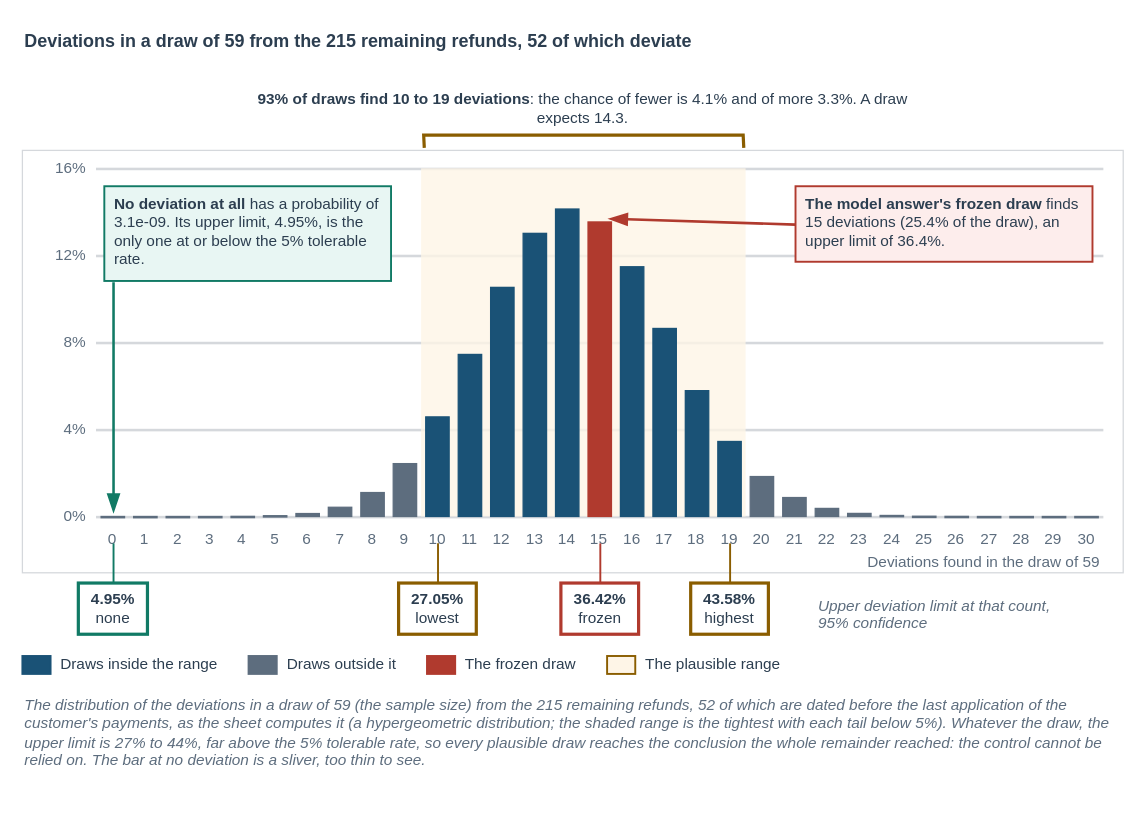
Above: facts/instructor/figures/chapter-19-customer-credits-audit/IF-19-6-B.drawio in mmcodesso/Accounting_Analytics_Book (draw.io), before the change. Source tidied: cells renumbered, new cells numbered last; positions are measured from the earlier drawing's top-left corner, leaving out a move shared by most shapes. Both pictures are drawn from the tidied source at 128%, with x=0, y=0 at pixel (22, 22).
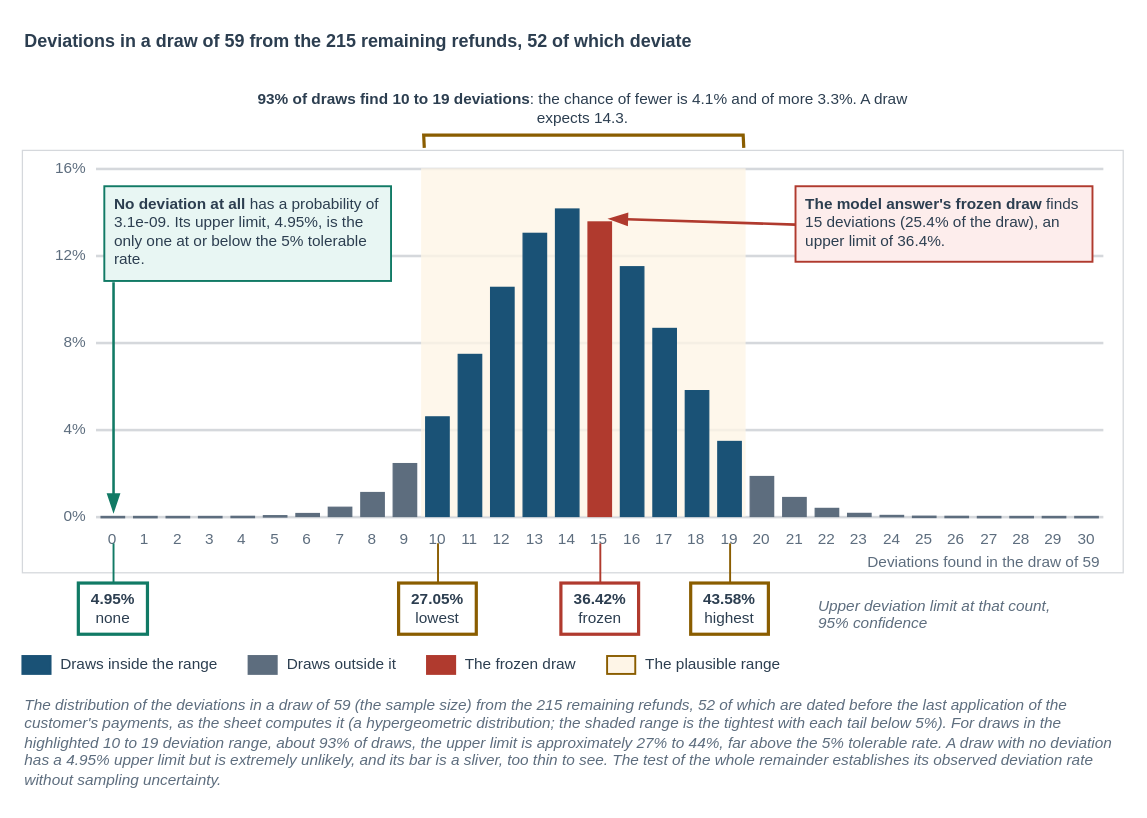
The same diagram, later.

What changed in the source:
```diff
@@
     <mxCell id="2" style="rounded=0;html=1;fillColor=none;strokeColor=none;" parent="1" vertex="1">
-      <mxGeometry width="860" height="590" as="geometry" />
+      <mxGeometry width="860" height="605" as="geometry" />
     </mxCell>
@@
-    <mxCell id="116" value="&lt;i&gt;The distribution of the deviations in a draw of 59 (the sample size) from the 215 remaining refunds, 52 of which are dated before the last application of the customer's payments, as the sheet computes it (a hypergeometric distribution; the shaded range is the tightest with each tail below 5%). Whatever the draw, the upper limit is 27% to 44%, far above the 5% tolerable rate, so every plausible draw reaches the conclusion the whole remainder reached: the control cannot be relied on. The bar at no deviation is a sliver, too thin to see.&lt;/i&gt;" style="text;html=1;whiteSpace=wrap;align=left;verticalAlign=top;fontSize=12;fontColor=#5D6D7E;fontStyle=0;fontFamily=Helvetica;spacing=2;fillColor=none;strokeColor=none;" parent="1" vertex="1">
-      <mxGeometry y="520" width="860" height="68" as="geometry" />
+    <mxCell id="116" value="&lt;i&gt;The distribution of the deviations in a draw of 59 (the sample size) from the 215 remaining refunds, 52 of which are dated before the last application of the customer's payments, as the sheet computes it (a hypergeometric distribution; the shaded range is the tightest with each tail below 5%). For draws in the highlighted 10 to 19 deviation range, about 93% of draws, the upper limit is approximately 27% to 44%, far above the 5% tolerable rate. A draw with no deviation has a 4.95% upper limit but is extremely unlikely, and its bar is a sliver, too thin to see. The test of the whole remainder establishes its observed deviation rate without sampling uncertainty.&lt;/i&gt;" style="text;html=1;whiteSpace=wrap;align=left;verticalAlign=top;fontSize=12;fontColor=#5D6D7E;fontStyle=0;fontFamily=Helvetica;spacing=2;fillColor=none;strokeColor=none;" parent="1" vertex="1">
+      <mxGeometry y="520" width="860" height="83" as="geometry" />
     </mxCell>
```
